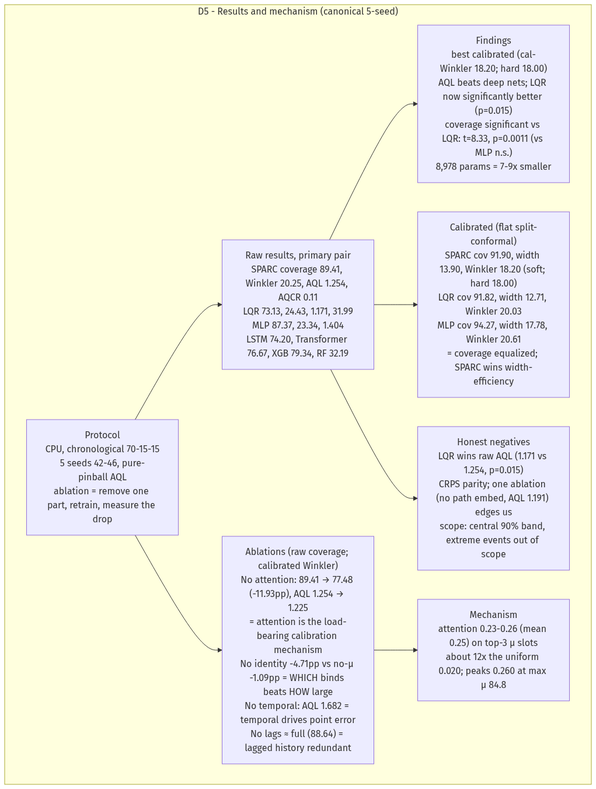
Above: docs/explanation/06-sparc-flow-06-G_D5.png in L1ZLe/ercot-casp-paper (Mermaid), before the change. Its source is kept beside it as docs/explanation/06-sparc-flow-06-G_D5.mmd.
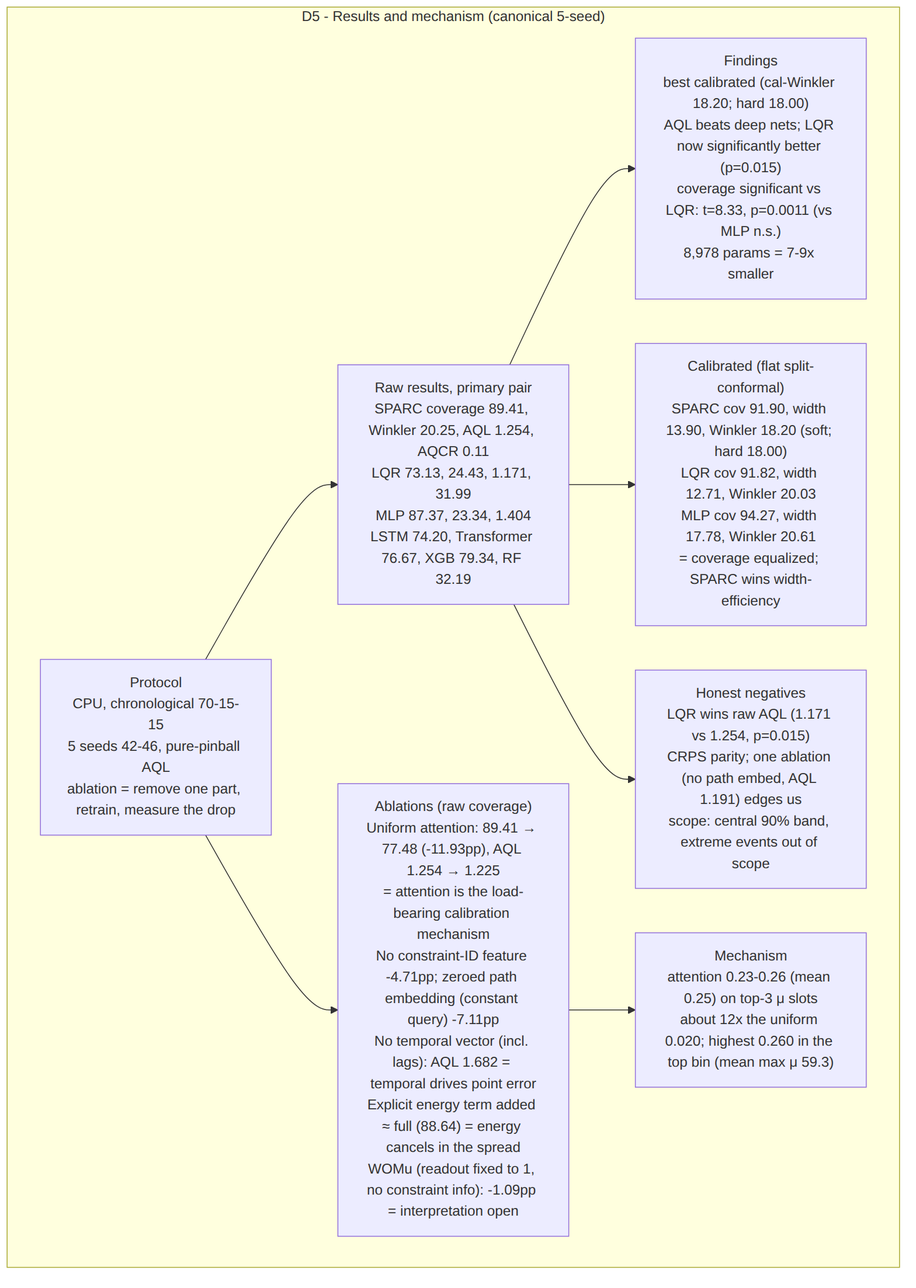
Above is the later version.

What changed in the source:
```diff
@@ -4,6 +4,6 @@
     RESULTS["Raw results, primary pair<br/>SPARC coverage 89.41, Winkler 20.25, AQL 1.254, AQCR 0.11<br/>LQR 73.13, 24.43, 1.171, 31.99<br/>MLP 87.37, 23.34, 1.404<br/>LSTM 74.20, Transformer 76.67, XGB 79.34, RF 32.19"] --> WINS["Findings<br/>best calibrated (cal-Winkler 18.20; hard 18.00)<br/>AQL beats deep nets; LQR now significantly better (p=0.015)<br/>coverage significant vs LQR: t=8.33, p=0.0011 (vs MLP n.s.)<br/>8,978 params = 7-9x smaller"]
     RESULTS --> CAL["Calibrated (flat split-conformal)<br/>SPARC cov 91.90, width 13.90, Winkler 18.20 (soft; hard 18.00)<br/>LQR cov 91.82, width 12.71, Winkler 20.03<br/>MLP cov 94.27, width 17.78, Winkler 20.61<br/>= coverage equalized; SPARC wins width-efficiency"]
     RESULTS --> HONEST["Honest negatives<br/>LQR wins raw AQL (1.171 vs 1.254, p=0.015)<br/>CRPS parity; one ablation (no path embed, AQL 1.191) edges us<br/>scope: central 90% band, extreme events out of scope"]
-    PROTO --> ABL["Ablations (raw coverage; calibrated Winkler)<br/>No attention: 89.41 → 77.48 (-11.93pp), AQL 1.254 → 1.225<br/>= attention is the load-bearing calibration mechanism<br/>No identity -4.71pp vs no-μ -1.09pp = WHICH binds beats HOW large<br/>No temporal: AQL 1.682 = temporal drives point error<br/>No lags ≈ full (88.64) = lagged history redundant"]
-    ABL --> ATTN_D5["Mechanism<br/>attention 0.23-0.26 (mean 0.25) on top-3 μ slots<br/>about 12x the uniform 0.020; peaks 0.260 at max μ 84.8"]
+    PROTO --> ABL["Ablations (raw coverage)<br/>Uniform attention: 89.41 → 77.48 (-11.93pp), AQL 1.254 → 1.225<br/>= attention is the load-bearing calibration mechanism<br/>No constraint-ID feature -4.71pp; zeroed path embedding (constant query) -7.11pp<br/>No temporal vector (incl. lags): AQL 1.682 = temporal drives point error<br/>Explicit energy term added ≈ full (88.64) = energy cancels in the spread<br/>WOMu (readout fixed to 1, no constraint info): -1.09pp = interpretation open"]
+    ABL --> ATTN_D5["Mechanism<br/>attention 0.23-0.26 (mean 0.25) on top-3 μ slots<br/>about 12x the uniform 0.020; highest 0.260 in the top bin (mean max μ 59.3)"]
   end
```
